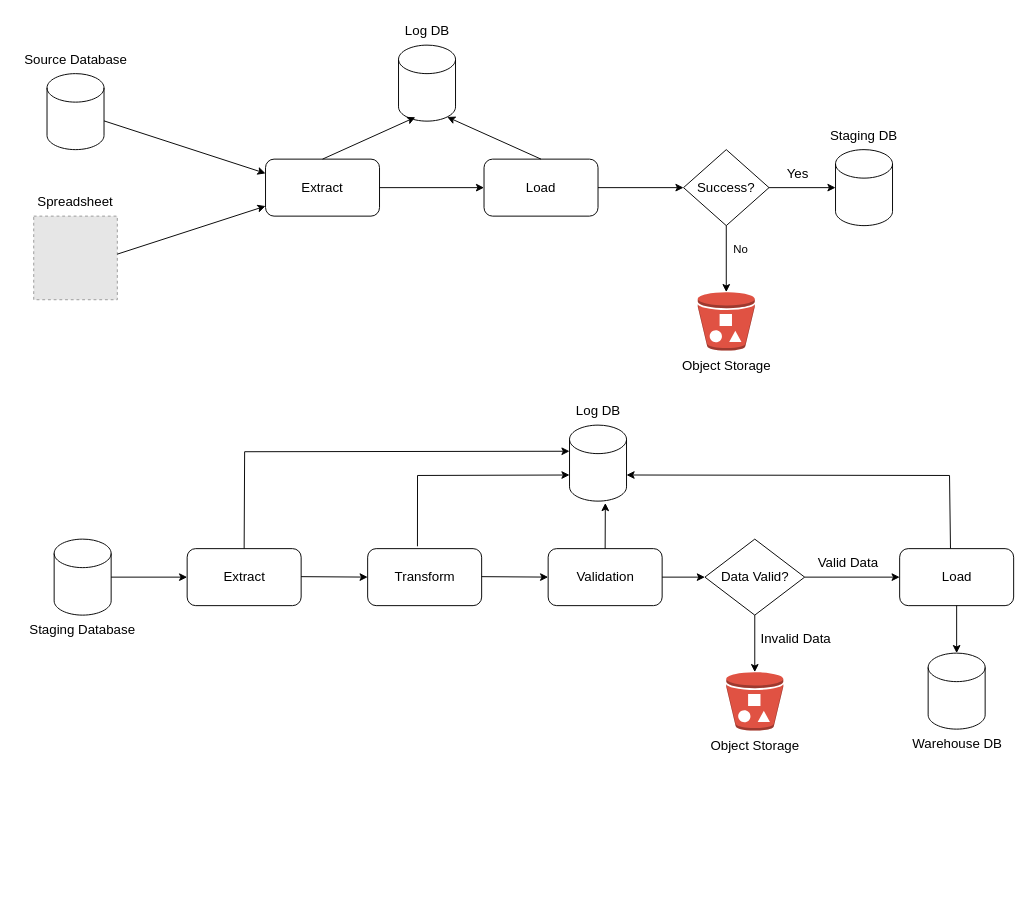
Earlier version of the draw.io diagram assets/Pipeline.drawio (fachrianlr/paccofee_integration). Source tidied: cells renumbered, new cells numbered last; positions are measured from the earlier drawing's top-left corner, leaving out a move shared by most shapes. Both pictures are drawn from the tidied source at 95%, with x=0, y=0 at pixel (16, 16). Pictures stored in the file or linked from it are replaced by grey dashed boxes.
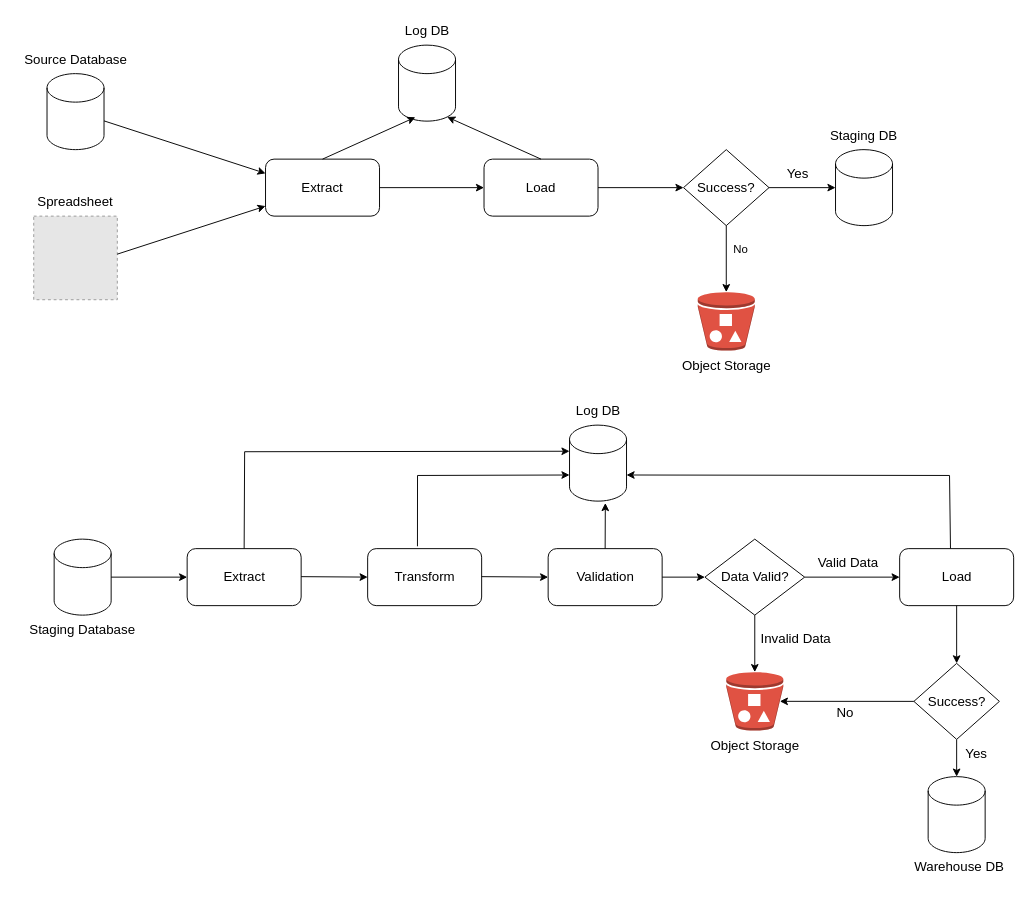
The same page after the edit.

Commit message (it also covers changes not shown here):
revise warehouse pipeline

Unchanged cells that the change refers to:
```xml
<mxCell id="30" style="outlineConnect=0;dashed=0;verticalLabelPosition=bottom;verticalAlign=top;align=center;html=1;shape=mxgraph.aws3.bucket_with_objects;fillColor=#E05243;gradientColor=none;" parent="1" vertex="1">
  <mxGeometry x="747" y="690" width="60" height="61.5" as="geometry" />
</mxCell>
<mxCell id="37" value="&lt;font style=&quot;font-size: 14px;&quot;&gt;Load&lt;/font&gt;" style="rounded=1;whiteSpace=wrap;html=1;" parent="1" vertex="1">
  <mxGeometry x="929.5" y="560" width="120" height="60" as="geometry" />
</mxCell>
```

The edit, as a diff of the source:
```diff
@@
     <mxCell id="38" style="shape=cylinder3;whiteSpace=wrap;html=1;boundedLbl=1;backgroundOutline=1;size=15;" parent="1" vertex="1">
-      <mxGeometry x="959.5" y="670" width="60" height="80" as="geometry" />
+      <mxGeometry x="959.5" y="800" width="60" height="80" as="geometry" />
     </mxCell>
     <mxCell id="39" value="&lt;font style=&quot;font-size: 14px;&quot;&gt;Warehouse DB&lt;/font&gt;" style="text;html=1;align=center;verticalAlign=middle;strokeColor=none;fillColor=none;" parent="1" vertex="1">
-      <mxGeometry x="929.5" y="750" width="120" height="30" as="geometry" />
+      <mxGeometry x="932" y="880" width="120" height="30" as="geometry" />
     </mxCell>
-    <mxCell id="40" style="endArrow=classic;html=1;rounded=0;entryX=0.5;entryY=0;entryDx=0;entryDy=0;entryPerimeter=0;" parent="1" edge="1" target="38">
-      <mxGeometry relative="1" as="geometry">
-        <mxPoint x="989.5" y="620" as="sourcePoint" />
-      </mxGeometry>
+    <mxCell id="40" style="endArrow=classic;html=1;rounded=0;entryX=0.5;entryY=0;entryDx=0;entryDy=0;entryPerimeter=0;exitX=0.5;exitY=1;exitDx=0;exitDy=0;" parent="1" edge="1" source="51" target="38">
+      <mxGeometry relative="1" as="geometry" />
     </mxCell>
@@
+    <mxCell id="51" value="&lt;font style=&quot;font-size: 14px;&quot;&gt;Success?&lt;/font&gt;" style="rhombus;whiteSpace=wrap;html=1;" parent="1" vertex="1">
+      <mxGeometry x="944.5" y="680.8" width="90" height="80" as="geometry" />
+    </mxCell>
+    <mxCell id="52" style="endArrow=classic;html=1;rounded=0;exitX=0.5;exitY=1;exitDx=0;exitDy=0;" parent="1" edge="1" source="37" target="51">
+      <mxGeometry relative="1" as="geometry" />
+    </mxCell>
+    <mxCell id="53" value="&lt;font style=&quot;font-size: 14px;&quot;&gt;Yes&lt;/font&gt;" style="text;html=1;align=center;verticalAlign=middle;strokeColor=none;fillColor=none;" parent="1" vertex="1">
+      <mxGeometry x="984.5" y="760.8" width="50" height="30" as="geometry" />
+    </mxCell>
+    <mxCell id="54" style="endArrow=classic;html=1;rounded=0;entryX=0.94;entryY=0.5;entryDx=0;entryDy=0;entryPerimeter=0;exitX=0;exitY=0.5;exitDx=0;exitDy=0;" parent="1" edge="1" source="51" target="30">
+      <mxGeometry relative="1" as="geometry" />
+    </mxCell>
+    <mxCell id="55" value="&lt;font style=&quot;font-size: 14px;&quot;&gt;No&lt;/font&gt;" style="text;html=1;align=center;verticalAlign=middle;strokeColor=none;fillColor=none;" parent="1" vertex="1">
+      <mxGeometry x="852" y="718" width="40" height="30" as="geometry" />
+    </mxCell>
```
